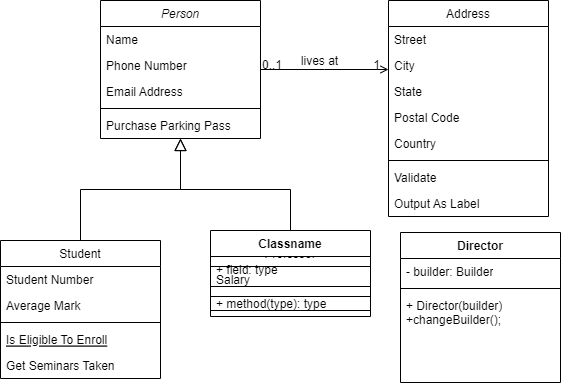
Earlier version of the draw.io export Assign3Part2 Diagram.drawio.png (jimmyjazz31/CS665Assign3). Source tidied: cells renumbered, new cells last; positions are measured from the earlier drawing's top-left corner, leaving out a move shared by most shapes.
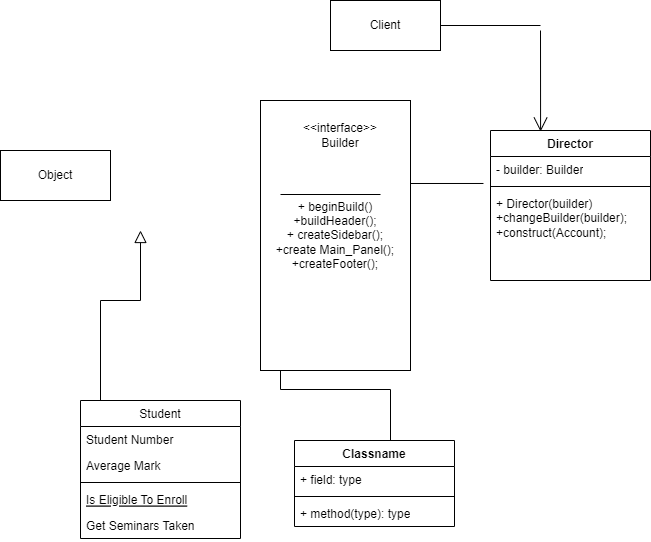
The same file after the commit.

What changed in the source:
```diff
@@ -2,26 +2,8 @@
   <root>
     <mxCell id="0" />
     <mxCell id="1" parent="0" />
-    <mxCell id="2" value="Person" style="swimlane;fontStyle=2;align=center;verticalAlign=top;horizontal=1;startSize=26;rounded=0;shadow=0;strokeWidth=1;" parent="1" vertex="1">
-      <mxGeometry x="100" width="160" height="138" as="geometry" />
-    </mxCell>
-    <mxCell id="3" value="Name" style="text;align=left;verticalAlign=top;spacingLeft=4;spacingRight=4;overflow=hidden;" parent="2" vertex="1">
-      <mxGeometry y="26" width="160" height="26" as="geometry" />
-    </mxCell>
-    <mxCell id="4" value="Phone Number" style="text;align=left;verticalAlign=top;spacingLeft=4;spacingRight=4;overflow=hidden;rounded=0;shadow=0;html=0;" parent="2" vertex="1">
-      <mxGeometry y="52" width="160" height="26" as="geometry" />
-    </mxCell>
-    <mxCell id="5" value="Email Address" style="text;align=left;verticalAlign=top;spacingLeft=4;spacingRight=4;overflow=hidden;rounded=0;shadow=0;html=0;" parent="2" vertex="1">
-      <mxGeometry y="78" width="160" height="26" as="geometry" />
-    </mxCell>
-    <mxCell id="6" style="line;html=1;strokeWidth=1;align=left;verticalAlign=middle;spacingTop=-1;spacingLeft=3;spacingRight=3;labelPosition=right;" parent="2" vertex="1">
-      <mxGeometry y="104" width="160" height="8" as="geometry" />
-    </mxCell>
-    <mxCell id="7" value="Purchase Parking Pass" style="text;align=left;verticalAlign=top;spacingLeft=4;spacingRight=4;overflow=hidden;" parent="2" vertex="1">
-      <mxGeometry y="112" width="160" height="26" as="geometry" />
-    </mxCell>
     <mxCell id="8" value="Student" style="swimlane;fontStyle=0;align=center;verticalAlign=top;horizontal=1;startSize=26;rounded=0;shadow=0;strokeWidth=1;" parent="1" vertex="1">
-      <mxGeometry y="240" width="160" height="138" as="geometry" />
+      <mxGeometry y="310" width="160" height="138" as="geometry" />
     </mxCell>
     <mxCell id="9" value="Student Number" style="text;align=left;verticalAlign=top;spacingLeft=4;spacingRight=4;overflow=hidden;" parent="8" vertex="1">
       <mxGeometry y="26" width="160" height="26" as="geometry" />
@@ -38,70 +20,22 @@
     <mxCell id="13" value="Get Seminars Taken" style="text;align=left;verticalAlign=top;spacingLeft=4;spacingRight=4;overflow=hidden;" parent="8" vertex="1">
       <mxGeometry y="112" width="160" height="26" as="geometry" />
     </mxCell>
-    <mxCell id="14" style="endArrow=block;endSize=10;endFill=0;shadow=0;strokeWidth=1;rounded=0;curved=0;edgeStyle=elbowEdgeStyle;elbow=vertical;" parent="1" edge="1" source="8" target="2">
-      <mxGeometry relative="1" as="geometry" />
+    <mxCell id="14" style="endArrow=block;endSize=10;endFill=0;shadow=0;strokeWidth=1;rounded=0;curved=0;edgeStyle=elbowEdgeStyle;elbow=vertical;" parent="1" edge="1" source="8">
+      <mxGeometry relative="1" as="geometry">
+        <mxPoint x="60" y="140" as="targetPoint" />
+        <Array as="points">
+          <mxPoint x="20" y="210" />
+        </Array>
+      </mxGeometry>
     </mxCell>
-    <mxCell id="15" value="Professor" style="swimlane;fontStyle=0;align=center;verticalAlign=top;horizontal=1;startSize=26;rounded=0;shadow=0;strokeWidth=1;" parent="1" vertex="1">
-      <mxGeometry x="210" y="240" width="160" height="70" as="geometry" />
-    </mxCell>
-    <mxCell id="16" value="Salary" style="text;align=left;verticalAlign=top;spacingLeft=4;spacingRight=4;overflow=hidden;" parent="15" vertex="1">
-      <mxGeometry y="26" width="160" height="26" as="geometry" />
-    </mxCell>
-    <mxCell id="17" style="line;html=1;strokeWidth=1;align=left;verticalAlign=middle;spacingTop=-1;spacingLeft=3;spacingRight=3;labelPosition=right;" parent="15" vertex="1">
-      <mxGeometry y="52" width="160" height="8" as="geometry" />
-    </mxCell>
-    <mxCell id="18" style="endArrow=block;endSize=10;endFill=0;shadow=0;strokeWidth=1;rounded=0;curved=0;edgeStyle=elbowEdgeStyle;elbow=vertical;" parent="1" edge="1" source="15" target="2">
-      <mxGeometry relative="1" as="geometry" />
+    <mxCell id="18" style="endArrow=block;endSize=10;endFill=0;shadow=0;strokeWidth=1;rounded=0;curved=0;edgeStyle=elbowEdgeStyle;elbow=vertical;" parent="1" edge="1">
+      <mxGeometry relative="1" as="geometry">
+        <mxPoint x="310" y="350" as="sourcePoint" />
+        <mxPoint x="200" y="248" as="targetPoint" />
+      </mxGeometry>
     </mxCell>
-    <mxCell id="19" value="Address" style="swimlane;fontStyle=0;align=center;verticalAlign=top;horizontal=1;startSize=26;rounded=0;shadow=0;strokeWidth=1;" parent="1" vertex="1">
-      <mxGeometry x="388" width="160" height="216" as="geometry" />
-    </mxCell>
-    <mxCell id="20" value="Street" style="text;align=left;verticalAlign=top;spacingLeft=4;spacingRight=4;overflow=hidden;" parent="19" vertex="1">
-      <mxGeometry y="26" width="160" height="26" as="geometry" />
-    </mxCell>
-    <mxCell id="21" value="City" style="text;align=left;verticalAlign=top;spacingLeft=4;spacingRight=4;overflow=hidden;rounded=0;shadow=0;html=0;" parent="19" vertex="1">
-      <mxGeometry y="52" width="160" height="26" as="geometry" />
-    </mxCell>
-    <mxCell id="22" value="State" style="text;align=left;verticalAlign=top;spacingLeft=4;spacingRight=4;overflow=hidden;rounded=0;shadow=0;html=0;" parent="19" vertex="1">
-      <mxGeometry y="78" width="160" height="26" as="geometry" />
-    </mxCell>
-    <mxCell id="23" value="Postal Code" style="text;align=left;verticalAlign=top;spacingLeft=4;spacingRight=4;overflow=hidden;rounded=0;shadow=0;html=0;" parent="19" vertex="1">
-      <mxGeometry y="104" width="160" height="26" as="geometry" />
-    </mxCell>
-    <mxCell id="24" value="Country" style="text;align=left;verticalAlign=top;spacingLeft=4;spacingRight=4;overflow=hidden;rounded=0;shadow=0;html=0;" parent="19" vertex="1">
-      <mxGeometry y="130" width="160" height="26" as="geometry" />
-    </mxCell>
-    <mxCell id="25" style="line;html=1;strokeWidth=1;align=left;verticalAlign=middle;spacingTop=-1;spacingLeft=3;spacingRight=3;labelPosition=right;" parent="19" vertex="1">
-      <mxGeometry y="156" width="160" height="8" as="geometry" />
-    </mxCell>
-    <mxCell id="26" value="Validate" style="text;align=left;verticalAlign=top;spacingLeft=4;spacingRight=4;overflow=hidden;" parent="19" vertex="1">
-      <mxGeometry y="164" width="160" height="26" as="geometry" />
-    </mxCell>
-    <mxCell id="27" value="Output As Label" style="text;align=left;verticalAlign=top;spacingLeft=4;spacingRight=4;overflow=hidden;" parent="19" vertex="1">
-      <mxGeometry y="190" width="160" height="26" as="geometry" />
-    </mxCell>
-    <mxCell id="28" style="endArrow=open;shadow=0;strokeWidth=1;rounded=0;curved=0;endFill=1;edgeStyle=elbowEdgeStyle;elbow=vertical;" parent="1" edge="1" source="2" target="19">
-      <mxGeometry x="0.5" y="41" relative="1" as="geometry">
-        <mxPoint x="-40" y="32" as="offset" />
-      </mxGeometry>
-    </mxCell>
-    <mxCell id="29" value="0..1" style="align=left;verticalAlign=bottom;labelBackgroundColor=none;fontSize=12;" parent="28" vertex="1">
-      <mxGeometry x="-1" relative="1" as="geometry">
-        <mxPoint y="4" as="offset" />
-      </mxGeometry>
-    </mxCell>
-    <mxCell id="30" value="1" style="align=right;verticalAlign=bottom;labelBackgroundColor=none;fontSize=12;" parent="28" vertex="1">
-      <mxGeometry x="1" relative="1" as="geometry">
-        <mxPoint x="-7" y="4" as="offset" />
-      </mxGeometry>
-    </mxCell>
-    <mxCell id="31" value="lives at" style="text;html=1;align=center;verticalAlign=middle;labelBackgroundColor=none;rounded=0;shadow=0;strokeWidth=1;fontSize=12;" parent="28" vertex="1">
-      <mxGeometry x="0.5" y="49" relative="1" as="geometry">
-        <mxPoint x="-38" y="40" as="offset" />
-      </mxGeometry>
-    </mxCell>
     <mxCell id="32" value="Classname" style="swimlane;fontStyle=1;align=center;verticalAlign=top;horizontal=1;startSize=26;whiteSpace=wrap;html=1;" parent="1" vertex="1">
-      <mxGeometry x="210" y="230" width="160" height="86" as="geometry" />
+      <mxGeometry x="214" y="350" width="160" height="86" as="geometry" />
     </mxCell>
     <mxCell id="33" value="+ field: type" style="text;strokeColor=none;fillColor=none;align=left;verticalAlign=top;spacingLeft=4;spacingRight=4;overflow=hidden;whiteSpace=wrap;html=1;" parent="32" vertex="1">
       <mxGeometry y="26" width="160" height="26" as="geometry" />
@@ -113,7 +47,7 @@
       <mxGeometry y="60" width="160" height="26" as="geometry" />
     </mxCell>
     <mxCell id="36" value="Director" style="swimlane;fontStyle=1;align=center;verticalAlign=top;horizontal=1;startSize=26;whiteSpace=wrap;html=1;" parent="1" vertex="1">
-      <mxGeometry x="400" y="232" width="160" height="150" as="geometry" />
+      <mxGeometry x="410" y="40" width="160" height="150" as="geometry" />
     </mxCell>
     <mxCell id="37" value="- builder: Builder" style="text;strokeColor=none;fillColor=none;align=left;verticalAlign=top;spacingLeft=4;spacingRight=4;overflow=hidden;whiteSpace=wrap;html=1;" parent="36" vertex="1">
       <mxGeometry y="26" width="160" height="26" as="geometry" />
@@ -121,8 +55,36 @@
     <mxCell id="38" style="line;strokeWidth=1;fillColor=none;align=left;verticalAlign=middle;spacingTop=-1;spacingLeft=3;spacingRight=3;labelPosition=right;strokeColor=inherit;" parent="36" vertex="1">
       <mxGeometry y="52" width="160" height="8" as="geometry" />
     </mxCell>
-    <mxCell id="39" value="+ Director(builder)&lt;div&gt;+changeBuilder();&lt;/div&gt;" style="text;strokeColor=none;fillColor=none;align=left;verticalAlign=top;spacingLeft=4;spacingRight=4;overflow=hidden;points=[[0,0.5],[1,0.5]];portConstraint=eastwest;whiteSpace=wrap;html=1;" parent="36" vertex="1">
+    <mxCell id="39" value="+ Director(builder)&lt;div&gt;+changeBuilder(builder);&lt;/div&gt;&lt;div&gt;+construct(Account);&lt;/div&gt;" style="text;strokeColor=none;fillColor=none;align=left;verticalAlign=top;spacingLeft=4;spacingRight=4;overflow=hidden;points=[[0,0.5],[1,0.5]];portConstraint=eastwest;whiteSpace=wrap;html=1;" parent="36" vertex="1">
       <mxGeometry y="60" width="160" height="90" as="geometry" />
     </mxCell>
+    <mxCell id="40" value="Object" style="html=1;whiteSpace=wrap;" parent="1" vertex="1">
+      <mxGeometry x="-80" y="60" width="110" height="50" as="geometry" />
+    </mxCell>
+    <mxCell id="41" value="Client" style="html=1;whiteSpace=wrap;" parent="1" vertex="1">
+      <mxGeometry x="250" y="-90" width="110" height="50" as="geometry" />
+    </mxCell>
+    <mxCell id="42" style="line;strokeWidth=1;fillColor=none;align=left;verticalAlign=middle;spacingTop=-1;spacingLeft=3;spacingRight=3;labelPosition=right;strokeColor=inherit;" parent="1" vertex="1">
+      <mxGeometry x="360" y="-69" width="100" height="8" as="geometry" />
+    </mxCell>
+    <mxCell id="43" style="endArrow=open;endFill=1;endSize=12;html=1;rounded=0;exitX=-0.044;exitY=-0.078;exitDx=0;exitDy=0;exitPerimeter=0;" parent="1" edge="1" source="39">
+      <mxGeometry relative="1" as="geometry">
+        <mxPoint x="310" y="93" as="targetPoint" />
+      </mxGeometry>
+    </mxCell>
+    <mxCell id="44" style="endArrow=open;endFill=1;endSize=12;html=1;rounded=0;entryX=0.313;entryY=0.007;entryDx=0;entryDy=0;entryPerimeter=0;" parent="1" edge="1" target="36">
+      <mxGeometry relative="1" as="geometry">
+        <mxPoint x="460" y="-60" as="sourcePoint" />
+      </mxGeometry>
+    </mxCell>
+    <mxCell id="45" value="+ beginBuild()&lt;div&gt;+buildHeader();&lt;div&gt;+ createSidebar();&lt;/div&gt;&lt;/div&gt;&lt;div&gt;+create Main_Panel();&lt;/div&gt;&lt;div&gt;+createFooter();&lt;/div&gt;" style="html=1;whiteSpace=wrap;" parent="1" vertex="1">
+      <mxGeometry x="180" y="10" width="150" height="270" as="geometry" />
+    </mxCell>
+    <mxCell id="46" style="line;strokeWidth=1;fillColor=none;align=left;verticalAlign=middle;spacingTop=-1;spacingLeft=3;spacingRight=3;labelPosition=right;strokeColor=inherit;" parent="1" vertex="1">
+      <mxGeometry x="200" y="100" width="100" height="8" as="geometry" />
+    </mxCell>
+    <mxCell id="47" value="&amp;lt;&amp;lt;interface&amp;gt;&amp;gt;&lt;div&gt;Builder&lt;/div&gt;" style="text;html=1;align=center;verticalAlign=middle;whiteSpace=wrap;rounded=0;" parent="1" vertex="1">
+      <mxGeometry x="200" y="20" width="120" height="50" as="geometry" />
+    </mxCell>
   </root>
 </mxGraphModel>
```
